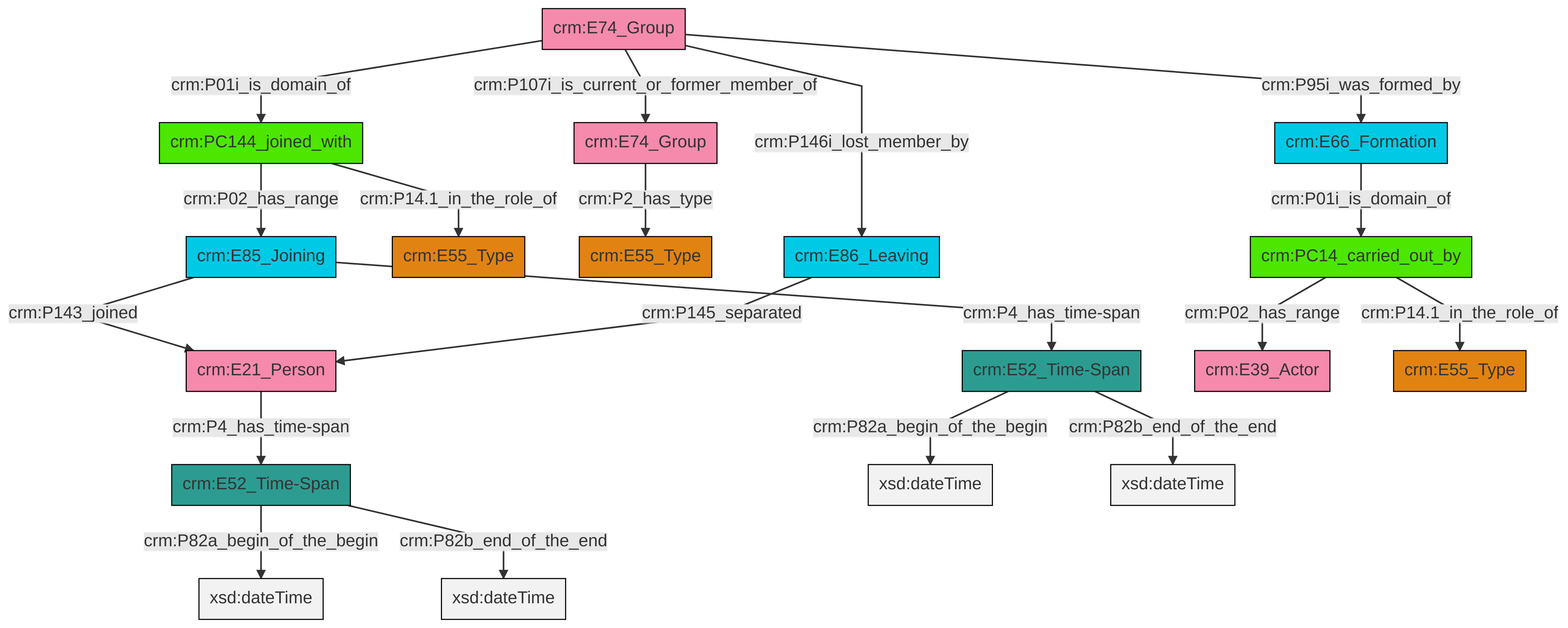
Before: et/groupCSV/ttl/mmd/png/group_actor_relations.png, a diagram exported from Mermaid (swiss-art-research-net/docs.swissartresearch). Its source is kept beside it as et/groupCSV/ttl/mmd/group_actor_relations.ttl.mmd.
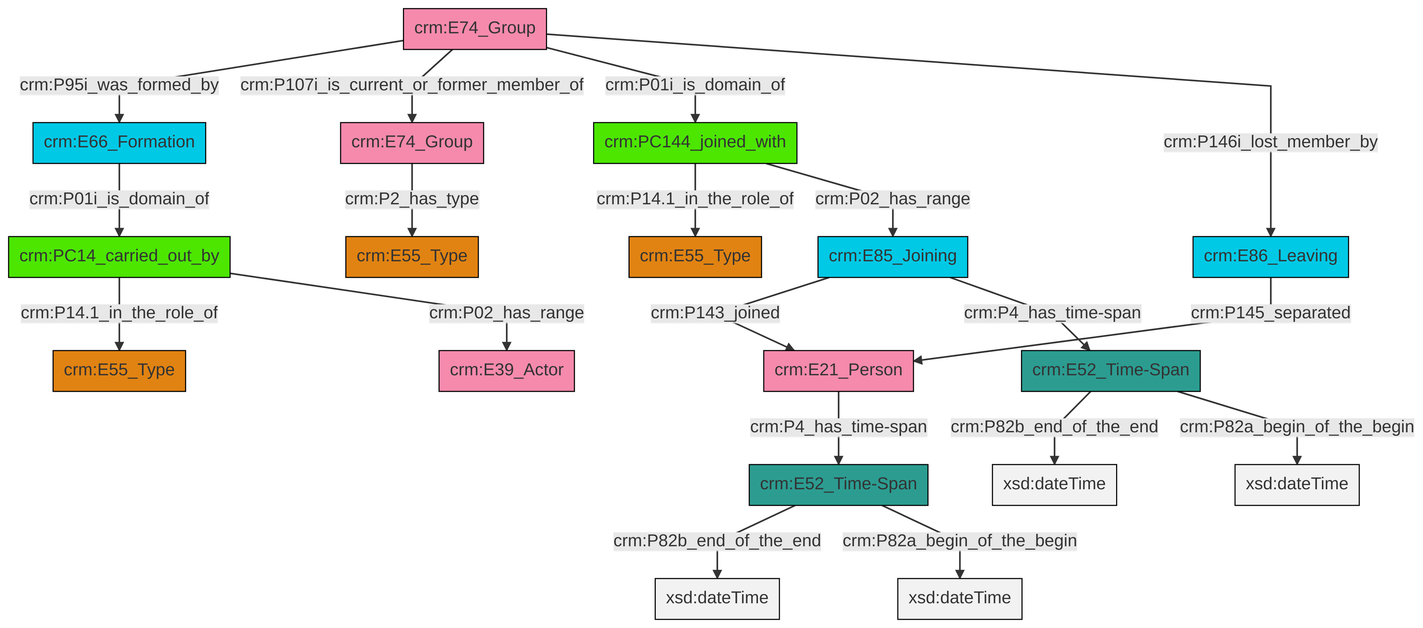
Later version of the same file.

Change to the diagram source:
```diff
@@ -13,21 +13,21 @@
 classDef PC_Classes fill:#4ce600, stroke:#000000;
 classDef Multi fill:#cccccc,stroke:#000000;
 
-0["crm:E85_Joining"]:::Temporal_Entity -->|crm:P4_has_time-span| 1["crm:E52_Time-Span"]:::Time-Span
-3["crm:E52_Time-Span"]:::Time-Span -->|crm:P82a_begin_of_the_begin| 4[xsd:dateTime]:::Literal
-5["crm:PC144_joined_with"]:::PC_Classes -->|crm:P14.1_in_the_role_of| 6["crm:E55_Type"]:::Type
-3["crm:E52_Time-Span"]:::Time-Span -->|crm:P82b_end_of_the_end| 7[xsd:dateTime]:::Literal
+0["crm:PC144_joined_with"]:::PC_Classes -->|crm:P14.1_in_the_role_of| 1["crm:E55_Type"]:::Type
+4["crm:PC14_carried_out_by"]:::PC_Classes -->|crm:P14.1_in_the_role_of| 5["crm:E55_Type"]:::Type
+4["crm:PC14_carried_out_by"]:::PC_Classes -->|crm:P02_has_range| 7["crm:E39_Actor"]:::Actor
 8["crm:E74_Group"]:::Actor -->|crm:P95i_was_formed_by| 9["crm:E66_Formation"]:::Temporal_Entity
+8["crm:E74_Group"]:::Actor -->|crm:P107i_is_current_or_former_member_of| 15["crm:E74_Group"]:::Actor
+12["crm:E86_Leaving"]:::Temporal_Entity -->|crm:P145_separated| 10["crm:E21_Person"]:::Actor
+16["crm:E52_Time-Span"]:::Time-Span -->|crm:P82b_end_of_the_end| 17[xsd:dateTime]:::Literal
+16["crm:E52_Time-Span"]:::Time-Span -->|crm:P82a_begin_of_the_begin| 18[xsd:dateTime]:::Literal
+8["crm:E74_Group"]:::Actor -->|crm:P01i_is_domain_of| 0["crm:PC144_joined_with"]:::PC_Classes
+2["crm:E52_Time-Span"]:::Time-Span -->|crm:P82b_end_of_the_end| 24[xsd:dateTime]:::Literal
+25["crm:E85_Joining"]:::Temporal_Entity -->|crm:P143_joined| 10["crm:E21_Person"]:::Actor
+0["crm:PC144_joined_with"]:::PC_Classes -->|crm:P02_has_range| 25["crm:E85_Joining"]:::Temporal_Entity
 8["crm:E74_Group"]:::Actor -->|crm:P146i_lost_member_by| 12["crm:E86_Leaving"]:::Temporal_Entity
-9["crm:E66_Formation"]:::Temporal_Entity -->|crm:P01i_is_domain_of| 16["crm:PC14_carried_out_by"]:::PC_Classes
-0["crm:E85_Joining"]:::Temporal_Entity -->|crm:P143_joined| 17["crm:E21_Person"]:::Actor
-1["crm:E52_Time-Span"]:::Time-Span -->|crm:P82a_begin_of_the_begin| 20[xsd:dateTime]:::Literal
-16["crm:PC14_carried_out_by"]:::PC_Classes -->|crm:P02_has_range| 21["crm:E39_Actor"]:::Actor
-5["crm:PC144_joined_with"]:::PC_Classes -->|crm:P02_has_range| 0["crm:E85_Joining"]:::Temporal_Entity
-12["crm:E86_Leaving"]:::Temporal_Entity -->|crm:P145_separated| 17["crm:E21_Person"]:::Actor
-13["crm:E74_Group"]:::Actor -->|crm:P2_has_type| 10["crm:E55_Type"]:::Type
-16["crm:PC14_carried_out_by"]:::PC_Classes -->|crm:P14.1_in_the_role_of| 29["crm:E55_Type"]:::Type
-8["crm:E74_Group"]:::Actor -->|crm:P01i_is_domain_of| 5["crm:PC144_joined_with"]:::PC_Classes
-17["crm:E21_Person"]:::Actor -->|crm:P4_has_time-span| 3["crm:E52_Time-Span"]:::Time-Span
-8["crm:E74_Group"]:::Actor -->|crm:P107i_is_current_or_former_member_of| 13["crm:E74_Group"]:::Actor
-1["crm:E52_Time-Span"]:::Time-Span -->|crm:P82b_end_of_the_end| 33[xsd:dateTime]:::Literal
+25["crm:E85_Joining"]:::Temporal_Entity -->|crm:P4_has_time-span| 16["crm:E52_Time-Span"]:::Time-Span
+15["crm:E74_Group"]:::Actor -->|crm:P2_has_type| 19["crm:E55_Type"]:::Type
+9["crm:E66_Formation"]:::Temporal_Entity -->|crm:P01i_is_domain_of| 4["crm:PC14_carried_out_by"]:::PC_Classes
+10["crm:E21_Person"]:::Actor -->|crm:P4_has_time-span| 2["crm:E52_Time-Span"]:::Time-Span
+2["crm:E52_Time-Span"]:::Time-Span -->|crm:P82a_begin_of_the_begin| 34[xsd:dateTime]:::Literal
```
